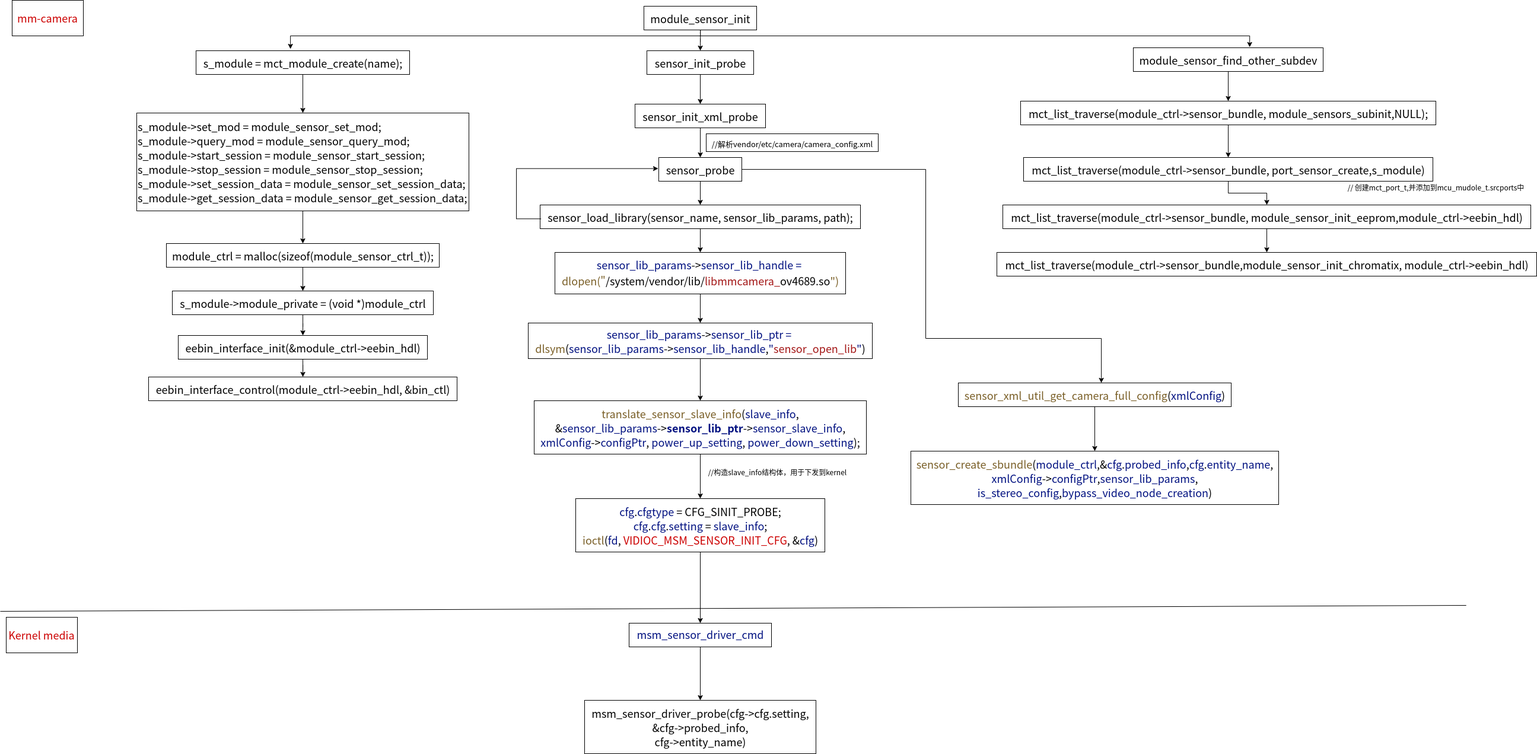
Earlier version of the draw.io export qcom mm-camera sensors.png (zhangmeizhen/test2). Source tidied: cells renumbered, new cells last; positions are measured from the earlier drawing's top-left corner, leaving out a move shared by most shapes.
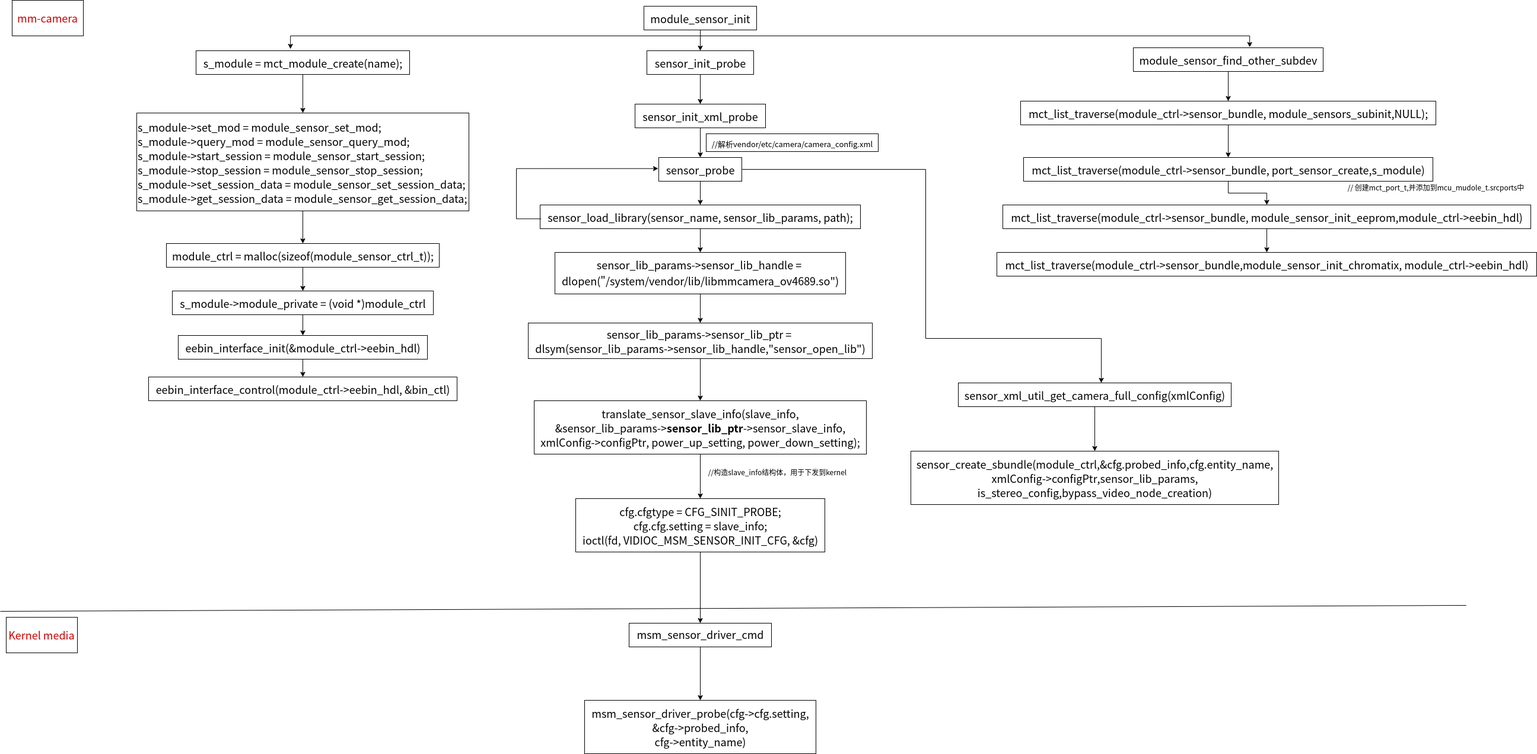
After the commit.

Change to the diagram source:
```diff
@@ -136,18 +136,18 @@
     </mxCell>
-    <mxCell id="39" value="&lt;div style=&quot;background-color: rgb(255, 255, 255); line-height: 24px;&quot;&gt;&lt;div style=&quot;line-height: 24px;&quot;&gt;&lt;span style=&quot;font-family: &amp;quot;Droid Sans Mono&amp;quot;, monospace, monospace, &amp;quot;Droid Sans Fallback&amp;quot;; font-size: 18px; color: rgb(0, 16, 128);&quot;&gt;sensor_lib_params&lt;/span&gt;&lt;span style=&quot;font-family: &amp;quot;Droid Sans Mono&amp;quot;, monospace, monospace, &amp;quot;Droid Sans Fallback&amp;quot;; font-size: 18px;&quot;&gt;-&amp;gt;&lt;/span&gt;&lt;span style=&quot;font-family: &amp;quot;Droid Sans Mono&amp;quot;, monospace, monospace, &amp;quot;Droid Sans Fallback&amp;quot;; font-size: 18px; color: rgb(0, 16, 128);&quot;&gt;sensor_lib_handle =&amp;nbsp;&lt;/span&gt;&lt;/div&gt;&lt;div style=&quot;line-height: 24px;&quot;&gt;&lt;span style=&quot;font-family: &amp;quot;Droid Sans Mono&amp;quot;, monospace, monospace, &amp;quot;Droid Sans Fallback&amp;quot;; font-size: 18px; color: rgb(121, 94, 38);&quot;&gt;dlopen(&quot;&lt;/span&gt;&lt;span style=&quot;font-family: &amp;quot;Droid Sans Mono&amp;quot;, monospace, monospace, &amp;quot;Droid Sans Fallback&amp;quot;; font-size: 18px;&quot;&gt;/system/vendor/&lt;/span&gt;&lt;span style=&quot;font-family: &amp;quot;Droid Sans Mono&amp;quot;, monospace, monospace, &amp;quot;Droid Sans Fallback&amp;quot;; font-size: 18px;&quot;&gt;lib/&lt;/span&gt;&lt;span style=&quot;color: rgb(163, 21, 21); font-family: &amp;quot;Droid Sans Mono&amp;quot;, monospace, monospace, &amp;quot;Droid Sans Fallback&amp;quot;; font-size: 18px;&quot;&gt;libmmcamera_&lt;/span&gt;&lt;font face=&quot;Droid Sans Mono, monospace, monospace, Droid Sans Fallback&quot;&gt;&lt;span style=&quot;font-size: 18px;&quot;&gt;ov4689.so&lt;/span&gt;&lt;/font&gt;&lt;span style=&quot;color: rgb(121, 94, 38); font-family: &amp;quot;Droid Sans Mono&amp;quot;, monospace, monospace, &amp;quot;Droid Sans Fallback&amp;quot;; font-size: 18px;&quot;&gt;&quot;)&lt;/span&gt;&lt;/div&gt;&lt;/div&gt;" style="text;html=1;align=center;verticalAlign=middle;points=[];strokeColor=#000000;fillColor=none;fontSize=13;fontColor=#000000;" parent="1" vertex="1">
+    <mxCell id="39" value="&lt;div style=&quot;background-color: rgb(255, 255, 255); line-height: 24px;&quot;&gt;&lt;div style=&quot;line-height: 24px;&quot;&gt;&lt;span style=&quot;font-family: &amp;quot;Droid Sans Mono&amp;quot;, monospace, monospace, &amp;quot;Droid Sans Fallback&amp;quot;; font-size: 18px;&quot;&gt;sensor_lib_params&lt;/span&gt;&lt;span style=&quot;font-family: &amp;quot;Droid Sans Mono&amp;quot;, monospace, monospace, &amp;quot;Droid Sans Fallback&amp;quot;; font-size: 18px;&quot;&gt;-&amp;gt;&lt;/span&gt;&lt;span style=&quot;font-family: &amp;quot;Droid Sans Mono&amp;quot;, monospace, monospace, &amp;quot;Droid Sans Fallback&amp;quot;; font-size: 18px;&quot;&gt;sensor_lib_handle =&amp;nbsp;&lt;/span&gt;&lt;/div&gt;&lt;div style=&quot;line-height: 24px;&quot;&gt;&lt;span style=&quot;font-family: &amp;quot;Droid Sans Mono&amp;quot;, monospace, monospace, &amp;quot;Droid Sans Fallback&amp;quot;; font-size: 18px;&quot;&gt;dlopen(&quot;&lt;/span&gt;&lt;span style=&quot;font-family: &amp;quot;Droid Sans Mono&amp;quot;, monospace, monospace, &amp;quot;Droid Sans Fallback&amp;quot;; font-size: 18px;&quot;&gt;/system/vendor/&lt;/span&gt;&lt;span style=&quot;font-family: &amp;quot;Droid Sans Mono&amp;quot;, monospace, monospace, &amp;quot;Droid Sans Fallback&amp;quot;; font-size: 18px;&quot;&gt;lib/&lt;/span&gt;&lt;span style=&quot;font-family: &amp;quot;Droid Sans Mono&amp;quot;, monospace, monospace, &amp;quot;Droid Sans Fallback&amp;quot;; font-size: 18px;&quot;&gt;libmmcamera_&lt;/span&gt;&lt;font face=&quot;Droid Sans Mono, monospace, monospace, Droid Sans Fallback&quot;&gt;&lt;span style=&quot;font-size: 18px;&quot;&gt;ov4689.so&lt;/span&gt;&lt;/font&gt;&lt;span style=&quot;font-family: &amp;quot;Droid Sans Mono&amp;quot;, monospace, monospace, &amp;quot;Droid Sans Fallback&amp;quot;; font-size: 18px;&quot;&gt;&quot;)&lt;/span&gt;&lt;/div&gt;&lt;/div&gt;" style="text;html=1;align=center;verticalAlign=middle;points=[];strokeColor=#000000;fillColor=none;fontSize=13;fontColor=#000000;" parent="1" vertex="1">
       <mxGeometry x="935" y="425" width="490" height="70" as="geometry" />
     </mxCell>
-    <mxCell id="40" style="edgeStyle=orthogonalEdgeStyle;rounded=0;jettySize=auto;html=1;fontSize=18;fontColor=#CC0000;" parent="1" edge="1" source="41" target="44">
+    <mxCell id="40" style="edgeStyle=orthogonalEdgeStyle;rounded=0;jettySize=auto;html=1;fontSize=18;fontColor=#000000;" parent="1" edge="1" source="41" target="44">
       <mxGeometry relative="1" as="geometry" />
     </mxCell>
-    <mxCell id="41" value="&lt;div style=&quot;background-color: rgb(255, 255, 255); font-family: &amp;quot;Droid Sans Mono&amp;quot;, monospace, monospace, &amp;quot;Droid Sans Fallback&amp;quot;; font-size: 18px; line-height: 24px;&quot;&gt;&lt;div style=&quot;font-family: &amp;quot;Droid Sans Mono&amp;quot;, monospace, monospace, &amp;quot;Droid Sans Fallback&amp;quot;; line-height: 24px;&quot;&gt;&lt;div&gt;&lt;span style=&quot;color: rgb(0, 16, 128);&quot;&gt;sensor_lib_params&lt;/span&gt;&lt;span style=&quot;&quot;&gt;-&amp;gt;&lt;/span&gt;&lt;span style=&quot;color: rgb(0, 16, 128);&quot;&gt;sensor_lib_ptr =&amp;nbsp;&lt;/span&gt;&lt;/div&gt;&lt;div&gt;&lt;span style=&quot;color: #795e26;&quot;&gt;dlsym&lt;/span&gt;(&lt;span style=&quot;color: #001080;&quot;&gt;sensor_lib_params&lt;/span&gt;-&amp;gt;&lt;span style=&quot;color: #001080;&quot;&gt;sensor_lib_handle&lt;/span&gt;,&lt;span style=&quot;color: rgb(0, 16, 128);&quot;&gt;&quot;&lt;/span&gt;&lt;span style=&quot;color: rgb(163, 21, 21);&quot;&gt;sensor_open_lib&lt;/span&gt;&lt;span style=&quot;color: rgb(0, 16, 128);&quot;&gt;&quot;&lt;/span&gt;)&lt;/div&gt;&lt;/div&gt;&lt;/div&gt;" style="text;html=1;align=center;verticalAlign=middle;points=[];strokeColor=#000000;fillColor=none;fontSize=13;fontColor=#000000;" parent="1" vertex="1">
+    <mxCell id="41" value="&lt;div style=&quot;background-color: rgb(255, 255, 255); font-family: &amp;quot;Droid Sans Mono&amp;quot;, monospace, monospace, &amp;quot;Droid Sans Fallback&amp;quot;; font-size: 18px; line-height: 24px;&quot;&gt;&lt;div style=&quot;font-family: &amp;quot;Droid Sans Mono&amp;quot;, monospace, monospace, &amp;quot;Droid Sans Fallback&amp;quot;; line-height: 24px;&quot;&gt;&lt;div&gt;&lt;span style=&quot;&quot;&gt;sensor_lib_params&lt;/span&gt;&lt;span style=&quot;&quot;&gt;-&amp;gt;&lt;/span&gt;&lt;span style=&quot;&quot;&gt;sensor_lib_ptr =&amp;nbsp;&lt;/span&gt;&lt;/div&gt;&lt;div&gt;&lt;span style=&quot;&quot;&gt;dlsym&lt;/span&gt;(&lt;span style=&quot;&quot;&gt;sensor_lib_params&lt;/span&gt;-&amp;gt;&lt;span style=&quot;&quot;&gt;sensor_lib_handle&lt;/span&gt;,&lt;span style=&quot;&quot;&gt;&quot;&lt;/span&gt;&lt;span style=&quot;&quot;&gt;sensor_open_lib&lt;/span&gt;&lt;span style=&quot;&quot;&gt;&quot;&lt;/span&gt;)&lt;/div&gt;&lt;/div&gt;&lt;/div&gt;" style="text;html=1;align=center;verticalAlign=middle;points=[];strokeColor=#000000;fillColor=none;fontSize=13;fontColor=#000000;" parent="1" vertex="1">
       <mxGeometry x="890" y="544" width="580" height="60" as="geometry" />
     </mxCell>
-    <mxCell id="42" value="&lt;div style=&quot;background-color: rgb(255, 255, 255); font-family: &amp;quot;Droid Sans Mono&amp;quot;, monospace, monospace, &amp;quot;Droid Sans Fallback&amp;quot;; font-size: 18px; line-height: 24px;&quot;&gt;&lt;div&gt;&lt;span style=&quot;color: rgb(121, 94, 38);&quot;&gt;sensor_create_sbundle&lt;/span&gt;(&lt;span style=&quot;color: rgb(0, 16, 128);&quot;&gt;module_ctrl&lt;/span&gt;,&amp;amp;&lt;span style=&quot;color: rgb(0, 16, 128);&quot;&gt;cfg&lt;/span&gt;.&lt;span style=&quot;color: rgb(0, 16, 128);&quot;&gt;probed_info&lt;/span&gt;,&lt;span style=&quot;color: rgb(0, 16, 128);&quot;&gt;cfg&lt;/span&gt;.&lt;span style=&quot;color: rgb(0, 16, 128);&quot;&gt;entity_name&lt;/span&gt;,&lt;/div&gt;&lt;div&gt;&lt;span style=&quot;color: rgb(0, 16, 128);&quot;&gt;xmlConfig&lt;/span&gt;-&amp;gt;&lt;span style=&quot;color: rgb(0, 16, 128);&quot;&gt;configPtr&lt;/span&gt;,&lt;span style=&quot;color: rgb(0, 16, 128);&quot;&gt;sensor_lib_params&lt;/span&gt;,&lt;/div&gt;&lt;div&gt;&lt;span style=&quot;color: rgb(0, 16, 128);&quot;&gt;is_stereo_config&lt;/span&gt;,&lt;span style=&quot;color: rgb(0, 16, 128);&quot;&gt;bypass_video_node_creation&lt;/span&gt;)&lt;/div&gt;&lt;/div&gt;" style="text;html=1;align=center;verticalAlign=middle;points=[];strokeColor=#000000;fillColor=none;fontSize=13;fontColor=#000000;" parent="1" vertex="1">
+    <mxCell id="42" value="&lt;div style=&quot;background-color: rgb(255, 255, 255); font-family: &amp;quot;Droid Sans Mono&amp;quot;, monospace, monospace, &amp;quot;Droid Sans Fallback&amp;quot;; font-size: 18px; line-height: 24px;&quot;&gt;&lt;div&gt;&lt;span style=&quot;&quot;&gt;sensor_create_sbundle&lt;/span&gt;(&lt;span style=&quot;&quot;&gt;module_ctrl&lt;/span&gt;,&amp;amp;&lt;span style=&quot;&quot;&gt;cfg&lt;/span&gt;.&lt;span style=&quot;&quot;&gt;probed_info&lt;/span&gt;,&lt;span style=&quot;&quot;&gt;cfg&lt;/span&gt;.&lt;span style=&quot;&quot;&gt;entity_name&lt;/span&gt;,&lt;/div&gt;&lt;div&gt;&lt;span style=&quot;&quot;&gt;xmlConfig&lt;/span&gt;-&amp;gt;&lt;span style=&quot;&quot;&gt;configPtr&lt;/span&gt;,&lt;span style=&quot;&quot;&gt;sensor_lib_params&lt;/span&gt;,&lt;/div&gt;&lt;div&gt;&lt;span style=&quot;&quot;&gt;is_stereo_config&lt;/span&gt;,&lt;span style=&quot;&quot;&gt;bypass_video_node_creation&lt;/span&gt;)&lt;/div&gt;&lt;/div&gt;" style="text;html=1;align=center;verticalAlign=middle;points=[];strokeColor=#000000;fillColor=none;fontSize=13;fontColor=#000000;" parent="1" vertex="1">
       <mxGeometry x="1535" y="760" width="620" height="90" as="geometry" />
     </mxCell>
-    <mxCell id="43" style="edgeStyle=orthogonalEdgeStyle;rounded=0;jettySize=auto;html=1;fontSize=18;fontColor=#CC0000;" parent="1" edge="1" source="44" target="47">
+    <mxCell id="43" style="edgeStyle=orthogonalEdgeStyle;rounded=0;jettySize=auto;html=1;fontSize=18;fontColor=#000000;" parent="1" edge="1" source="44" target="47">
       <mxGeometry relative="1" as="geometry" />
     </mxCell>
-    <mxCell id="44" value="&lt;div style=&quot;background-color: rgb(255, 255, 255); font-family: &amp;quot;Droid Sans Mono&amp;quot;, monospace, monospace, &amp;quot;Droid Sans Fallback&amp;quot;; font-size: 18px; line-height: 24px;&quot;&gt;&lt;div style=&quot;font-family: &amp;quot;Droid Sans Mono&amp;quot;, monospace, monospace, &amp;quot;Droid Sans Fallback&amp;quot;; line-height: 24px;&quot;&gt;&lt;div&gt;&lt;span style=&quot;color: #795e26;&quot;&gt;translate_sensor_slave_info&lt;/span&gt;(&lt;span style=&quot;color: #001080;&quot;&gt;slave_info&lt;/span&gt;,&lt;/div&gt;&lt;div&gt;    &amp;amp;&lt;span style=&quot;color: #001080;&quot;&gt;sensor_lib_params&lt;/span&gt;-&amp;gt;&lt;span style=&quot;color: #001080;font-weight: bold;&quot;&gt;sensor_lib_ptr&lt;/span&gt;-&amp;gt;&lt;span style=&quot;color: #001080;&quot;&gt;sensor_slave_info&lt;/span&gt;,&lt;/div&gt;&lt;div&gt;    &lt;span style=&quot;color: #001080;&quot;&gt;xmlConfig&lt;/span&gt;-&amp;gt;&lt;span style=&quot;color: #001080;&quot;&gt;configPtr&lt;/span&gt;, &lt;span style=&quot;color: #001080;&quot;&gt;power_up_setting&lt;/span&gt;, &lt;span style=&quot;color: #001080;&quot;&gt;power_down_setting&lt;/span&gt;);&lt;/div&gt;&lt;/div&gt;&lt;/div&gt;" style="text;html=1;align=center;verticalAlign=middle;points=[];strokeColor=#000000;fillColor=none;fontSize=13;fontColor=#000000;" parent="1" vertex="1">
+    <mxCell id="44" value="&lt;div style=&quot;background-color: rgb(255, 255, 255); font-family: &amp;quot;Droid Sans Mono&amp;quot;, monospace, monospace, &amp;quot;Droid Sans Fallback&amp;quot;; font-size: 18px; line-height: 24px;&quot;&gt;&lt;div style=&quot;font-family: &amp;quot;Droid Sans Mono&amp;quot;, monospace, monospace, &amp;quot;Droid Sans Fallback&amp;quot;; line-height: 24px;&quot;&gt;&lt;div&gt;&lt;span style=&quot;&quot;&gt;translate_sensor_slave_info&lt;/span&gt;(&lt;span style=&quot;&quot;&gt;slave_info&lt;/span&gt;,&lt;/div&gt;&lt;div&gt;    &amp;amp;&lt;span style=&quot;&quot;&gt;sensor_lib_params&lt;/span&gt;-&amp;gt;&lt;span style=&quot;font-weight: bold;&quot;&gt;sensor_lib_ptr&lt;/span&gt;-&amp;gt;&lt;span style=&quot;&quot;&gt;sensor_slave_info&lt;/span&gt;,&lt;/div&gt;&lt;div&gt;    &lt;span style=&quot;&quot;&gt;xmlConfig&lt;/span&gt;-&amp;gt;&lt;span style=&quot;&quot;&gt;configPtr&lt;/span&gt;, &lt;span style=&quot;&quot;&gt;power_up_setting&lt;/span&gt;, &lt;span style=&quot;&quot;&gt;power_down_setting&lt;/span&gt;);&lt;/div&gt;&lt;/div&gt;&lt;/div&gt;" style="text;html=1;align=center;verticalAlign=middle;points=[];strokeColor=#000000;fillColor=none;fontSize=13;fontColor=#000000;" parent="1" vertex="1">
       <mxGeometry x="900" y="675" width="560" height="90" as="geometry" />
@@ -157,6 +157,6 @@
     </mxCell>
-    <mxCell id="46" style="edgeStyle=orthogonalEdgeStyle;rounded=0;jettySize=auto;html=1;fontSize=18;fontColor=#CC0000;" parent="1" edge="1" source="47" target="52">
+    <mxCell id="46" style="edgeStyle=orthogonalEdgeStyle;rounded=0;jettySize=auto;html=1;fontSize=18;fontColor=#000000;" parent="1" edge="1" source="47" target="52">
       <mxGeometry relative="1" as="geometry" />
     </mxCell>
-    <mxCell id="47" value="&lt;div style=&quot;background-color: rgb(255, 255, 255); font-family: &amp;quot;Droid Sans Mono&amp;quot;, monospace, monospace, &amp;quot;Droid Sans Fallback&amp;quot;; font-size: 18px; line-height: 24px;&quot;&gt;&lt;div style=&quot;font-family: &amp;quot;Droid Sans Mono&amp;quot;, monospace, monospace, &amp;quot;Droid Sans Fallback&amp;quot;; line-height: 24px;&quot;&gt;&lt;div style=&quot;font-family: &amp;quot;Droid Sans Mono&amp;quot;, monospace, monospace, &amp;quot;Droid Sans Fallback&amp;quot;; line-height: 24px;&quot;&gt;&lt;div&gt; &lt;span style=&quot;color: #001080;&quot;&gt;cfg&lt;/span&gt;.&lt;span style=&quot;color: #001080;&quot;&gt;cfgtype&lt;/span&gt; = CFG_SINIT_PROBE;&lt;/div&gt;&lt;div&gt;  &lt;span style=&quot;color: #001080;&quot;&gt;cfg&lt;/span&gt;.&lt;span style=&quot;color: #001080;&quot;&gt;cfg&lt;/span&gt;.&lt;span style=&quot;color: #001080;&quot;&gt;setting&lt;/span&gt; = &lt;span style=&quot;color: #001080;&quot;&gt;slave_info&lt;/span&gt;;&lt;/div&gt;&lt;div&gt;&lt;span style=&quot;color: #795e26;&quot;&gt;ioctl&lt;/span&gt;(&lt;span style=&quot;color: #001080;&quot;&gt;fd&lt;/span&gt;, &lt;font color=&quot;#cc0000&quot;&gt;VIDIOC_MSM_SENSOR_INIT_CFG&lt;/font&gt;, &amp;amp;&lt;span style=&quot;color: #001080;&quot;&gt;cfg&lt;/span&gt;)&lt;/div&gt;&lt;/div&gt;&lt;/div&gt;&lt;/div&gt;" style="text;html=1;align=center;verticalAlign=middle;points=[];strokeColor=#000000;fillColor=none;fontSize=13;fontColor=#000000;" parent="1" vertex="1">
+    <mxCell id="47" value="&lt;div style=&quot;background-color: rgb(255, 255, 255); font-family: &amp;quot;Droid Sans Mono&amp;quot;, monospace, monospace, &amp;quot;Droid Sans Fallback&amp;quot;; font-size: 18px; line-height: 24px;&quot;&gt;&lt;div style=&quot;font-family: &amp;quot;Droid Sans Mono&amp;quot;, monospace, monospace, &amp;quot;Droid Sans Fallback&amp;quot;; line-height: 24px;&quot;&gt;&lt;div style=&quot;font-family: &amp;quot;Droid Sans Mono&amp;quot;, monospace, monospace, &amp;quot;Droid Sans Fallback&amp;quot;; line-height: 24px;&quot;&gt;&lt;div&gt; &lt;span style=&quot;&quot;&gt;cfg&lt;/span&gt;.&lt;span style=&quot;&quot;&gt;cfgtype&lt;/span&gt; = CFG_SINIT_PROBE;&lt;/div&gt;&lt;div&gt;  &lt;span style=&quot;&quot;&gt;cfg&lt;/span&gt;.&lt;span style=&quot;&quot;&gt;cfg&lt;/span&gt;.&lt;span style=&quot;&quot;&gt;setting&lt;/span&gt; = &lt;span style=&quot;&quot;&gt;slave_info&lt;/span&gt;;&lt;/div&gt;&lt;div&gt;&lt;span style=&quot;&quot;&gt;ioctl&lt;/span&gt;(&lt;span style=&quot;&quot;&gt;fd&lt;/span&gt;, &lt;font&gt;VIDIOC_MSM_SENSOR_INIT_CFG&lt;/font&gt;, &amp;amp;&lt;span style=&quot;&quot;&gt;cfg&lt;/span&gt;)&lt;/div&gt;&lt;/div&gt;&lt;/div&gt;&lt;/div&gt;" style="text;html=1;align=center;verticalAlign=middle;points=[];strokeColor=#000000;fillColor=none;fontSize=13;fontColor=#000000;" parent="1" vertex="1">
       <mxGeometry x="970" y="840" width="420" height="90" as="geometry" />
@@ -175,6 +175,6 @@
     </mxCell>
-    <mxCell id="51" style="edgeStyle=orthogonalEdgeStyle;rounded=0;jettySize=auto;html=1;fontSize=18;fontColor=#CC0000;" parent="1" edge="1" source="52" target="53">
+    <mxCell id="51" style="edgeStyle=orthogonalEdgeStyle;rounded=0;jettySize=auto;html=1;fontSize=18;fontColor=#000000;" parent="1" edge="1" source="52" target="53">
       <mxGeometry relative="1" as="geometry" />
     </mxCell>
-    <mxCell id="52" value="&lt;div style=&quot;background-color: rgb(255, 255, 255); line-height: 24px;&quot;&gt;&lt;div style=&quot;line-height: 24px;&quot;&gt;&lt;font face=&quot;Droid Sans Mono, monospace, monospace, Droid Sans Fallback&quot; color=&quot;#001080&quot;&gt;&lt;span style=&quot;font-size: 18px;&quot;&gt;msm_sensor_driver_cmd&lt;/span&gt;&lt;/font&gt;&lt;br&gt;&lt;/div&gt;&lt;/div&gt;" style="text;html=1;align=center;verticalAlign=middle;points=[];strokeColor=#000000;fillColor=none;fontSize=13;fontColor=#000000;" parent="1" vertex="1">
+    <mxCell id="52" value="&lt;div style=&quot;background-color: rgb(255, 255, 255); line-height: 24px;&quot;&gt;&lt;div style=&quot;line-height: 24px;&quot;&gt;&lt;font face=&quot;Droid Sans Mono, monospace, monospace, Droid Sans Fallback&quot;&gt;&lt;span style=&quot;font-size: 18px;&quot;&gt;msm_sensor_driver_cmd&lt;/span&gt;&lt;/font&gt;&lt;br&gt;&lt;/div&gt;&lt;/div&gt;" style="text;html=1;align=center;verticalAlign=middle;points=[];strokeColor=#000000;fillColor=none;fontSize=13;fontColor=#000000;" parent="1" vertex="1">
       <mxGeometry x="1060" y="1050" width="240" height="40" as="geometry" />
@@ -184,6 +184,6 @@
     </mxCell>
-    <mxCell id="54" style="edgeStyle=orthogonalEdgeStyle;rounded=0;jettySize=auto;html=1;fontSize=18;fontColor=#CC0000;" parent="1" edge="1" source="55" target="42">
+    <mxCell id="54" style="edgeStyle=orthogonalEdgeStyle;rounded=0;jettySize=auto;html=1;fontSize=18;fontColor=#000000;" parent="1" edge="1" source="55" target="42">
       <mxGeometry relative="1" as="geometry" />
     </mxCell>
-    <mxCell id="55" value="&lt;div style=&quot;background-color: rgb(255, 255, 255); font-family: &amp;quot;Droid Sans Mono&amp;quot;, monospace, monospace, &amp;quot;Droid Sans Fallback&amp;quot;; font-size: 18px; line-height: 24px;&quot;&gt;&lt;div style=&quot;font-family: &amp;quot;Droid Sans Mono&amp;quot;, monospace, monospace, &amp;quot;Droid Sans Fallback&amp;quot;; line-height: 24px;&quot;&gt;&lt;div style=&quot;font-family: &amp;quot;Droid Sans Mono&amp;quot;, monospace, monospace, &amp;quot;Droid Sans Fallback&amp;quot;; line-height: 24px;&quot;&gt;&lt;div style=&quot;font-family: &amp;quot;Droid Sans Mono&amp;quot;, monospace, monospace, &amp;quot;Droid Sans Fallback&amp;quot;; line-height: 24px;&quot;&gt;&lt;span style=&quot;color: #795e26;&quot;&gt;sensor_xml_util_get_camera_full_config&lt;/span&gt;(&lt;span style=&quot;color: #001080;&quot;&gt;xmlConfig&lt;/span&gt;)&lt;/div&gt;&lt;/div&gt;&lt;/div&gt;&lt;/div&gt;" style="text;html=1;align=center;verticalAlign=middle;points=[];strokeColor=#000000;fillColor=none;fontSize=13;fontColor=#000000;" parent="1" vertex="1">
+    <mxCell id="55" value="&lt;div style=&quot;background-color: rgb(255, 255, 255); font-family: &amp;quot;Droid Sans Mono&amp;quot;, monospace, monospace, &amp;quot;Droid Sans Fallback&amp;quot;; font-size: 18px; line-height: 24px;&quot;&gt;&lt;div style=&quot;font-family: &amp;quot;Droid Sans Mono&amp;quot;, monospace, monospace, &amp;quot;Droid Sans Fallback&amp;quot;; line-height: 24px;&quot;&gt;&lt;div style=&quot;font-family: &amp;quot;Droid Sans Mono&amp;quot;, monospace, monospace, &amp;quot;Droid Sans Fallback&amp;quot;; line-height: 24px;&quot;&gt;&lt;div style=&quot;font-family: &amp;quot;Droid Sans Mono&amp;quot;, monospace, monospace, &amp;quot;Droid Sans Fallback&amp;quot;; line-height: 24px;&quot;&gt;&lt;span style=&quot;&quot;&gt;sensor_xml_util_get_camera_full_config&lt;/span&gt;(&lt;span style=&quot;&quot;&gt;xmlConfig&lt;/span&gt;)&lt;/div&gt;&lt;/div&gt;&lt;/div&gt;&lt;/div&gt;" style="text;html=1;align=center;verticalAlign=middle;points=[];strokeColor=#000000;fillColor=none;fontSize=13;fontColor=#000000;" parent="1" vertex="1">
       <mxGeometry x="1615" y="645" width="460" height="40" as="geometry" />
```
